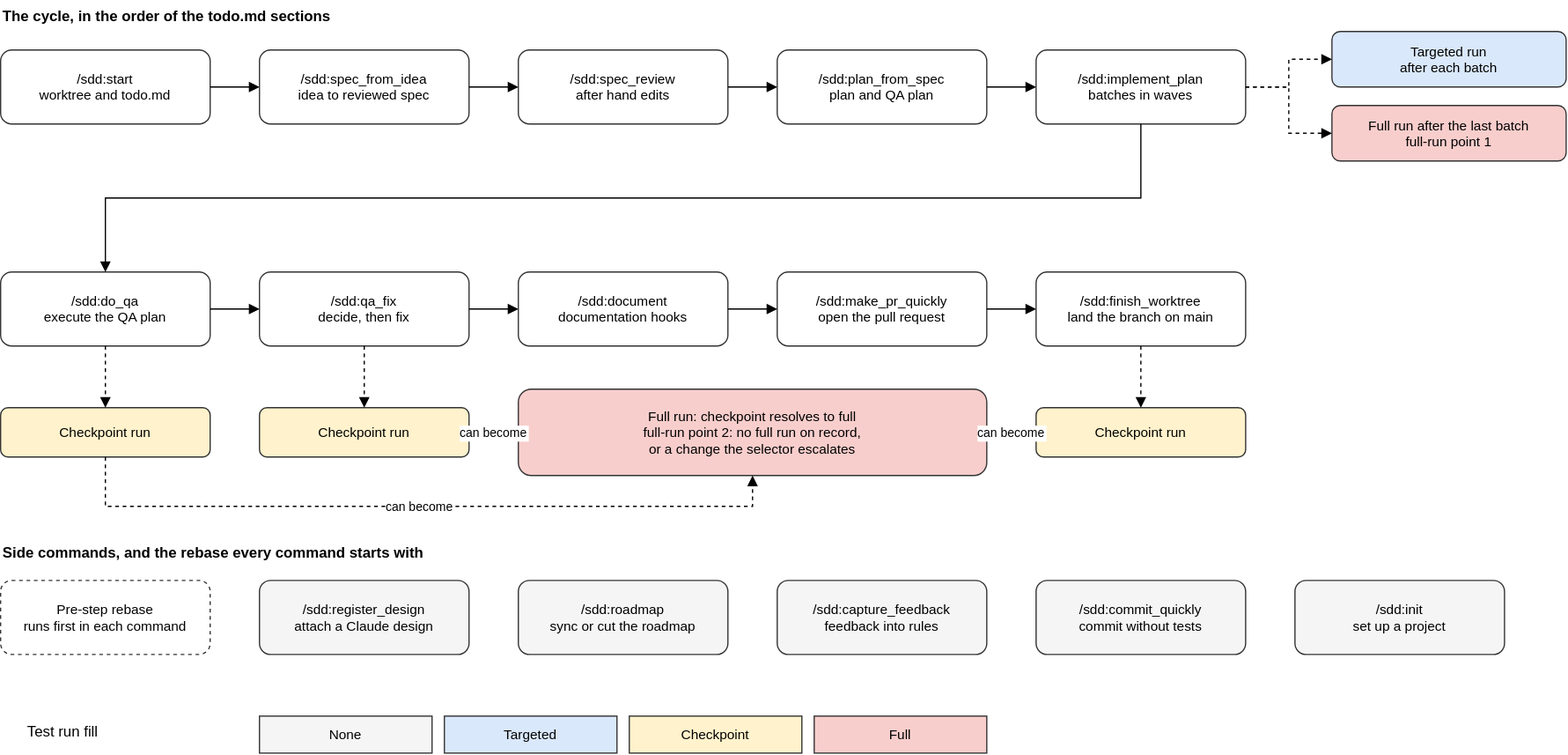
preludetech/Freedom-LS keeps this draw.io diagram as claude_plugins/sdd/docs/diagrams/overview.drawio.svg. Above is the earlier version. Source tidied: cells renumbered, new cells last; positions are measured from the earlier drawing's top-left corner, leaving out a move shared by most shapes.
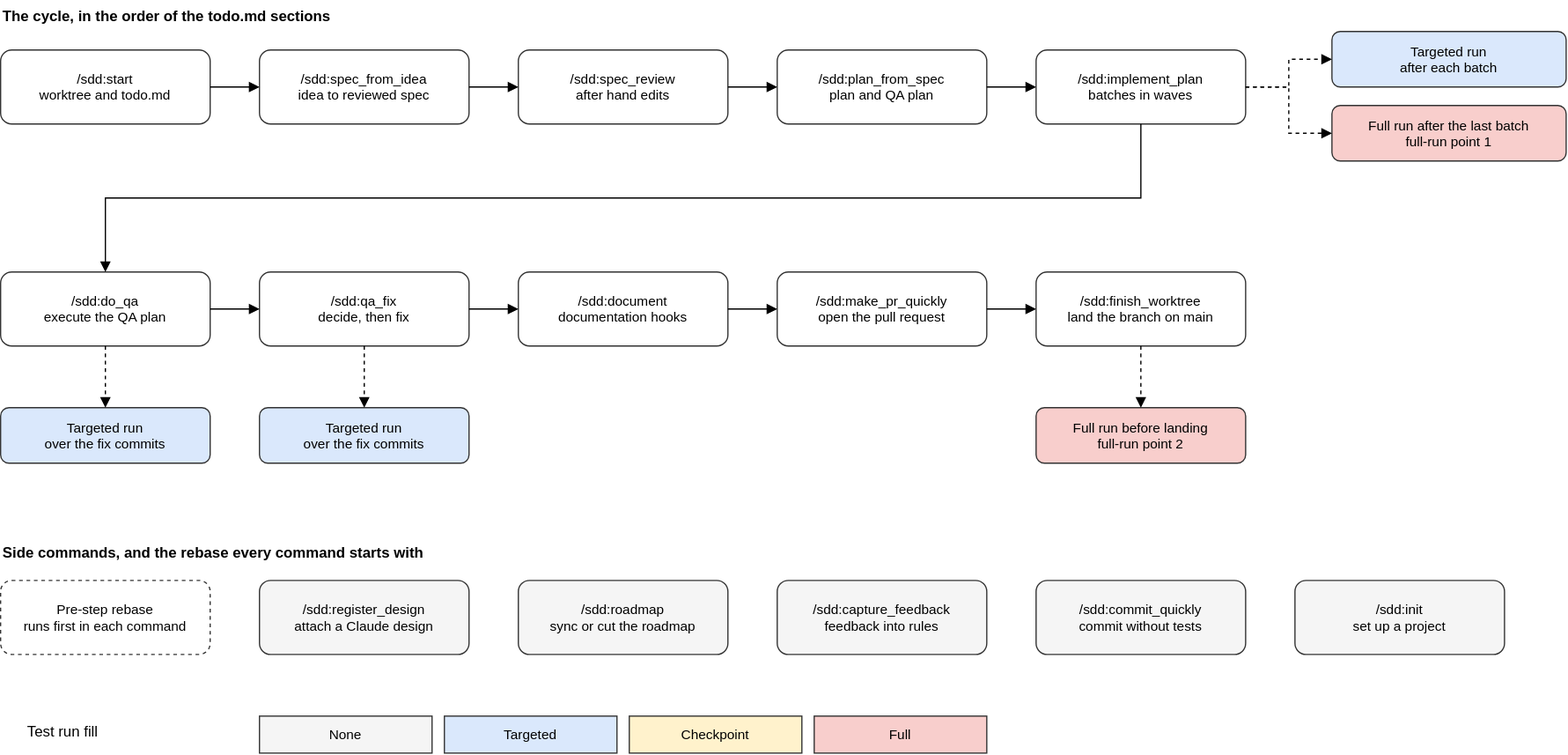
Above is the later version.

The edit, as a diff of the source:
```diff
@@ -79,14 +79,14 @@
     <mxCell id="25" style="edgeStyle=orthogonalEdgeStyle;rounded=0;html=0;endArrow=block;endFill=1;fontSize=10;labelBackgroundColor=#ffffff;dashed=1;exitX=1;exitY=0.5;exitDx=0;exitDy=0;entryX=0;entryY=0.5;entryDx=0;entryDy=0;" parent="1" edge="1" source="7" target="23">
       <mxGeometry relative="1" as="geometry" />
     </mxCell>
-    <mxCell id="26" value="Checkpoint run" style="rounded=1;html=0;fontSize=11;strokeColor=#333333;fillColor=#fff2cc;" parent="1" vertex="1">
-      <mxGeometry y="330" width="170" height="40" as="geometry" />
+    <mxCell id="26" value="Targeted run&#10;over the fix commits" style="rounded=1;html=0;fontSize=11;strokeColor=#333333;fillColor=#dae8fc;" parent="1" vertex="1">
+      <mxGeometry y="330" width="170" height="45" as="geometry" />
     </mxCell>
-    <mxCell id="27" value="Checkpoint run" style="rounded=1;html=0;fontSize=11;strokeColor=#333333;fillColor=#fff2cc;" parent="1" vertex="1">
-      <mxGeometry x="210" y="330" width="170" height="40" as="geometry" />
+    <mxCell id="27" value="Targeted run&#10;over the fix commits" style="rounded=1;html=0;fontSize=11;strokeColor=#333333;fillColor=#dae8fc;" parent="1" vertex="1">
+      <mxGeometry x="210" y="330" width="170" height="45" as="geometry" />
     </mxCell>
-    <mxCell id="28" value="Checkpoint run" style="rounded=1;html=0;fontSize=11;strokeColor=#333333;fillColor=#fff2cc;" parent="1" vertex="1">
-      <mxGeometry x="840" y="330" width="170" height="40" as="geometry" />
+    <mxCell id="28" value="Full run before landing&#10;full-run point 2" style="rounded=1;html=0;fontSize=11;strokeColor=#333333;fillColor=#f8cecc;" parent="1" vertex="1">
+      <mxGeometry x="840" y="330" width="170" height="45" as="geometry" />
     </mxCell>
     <mxCell id="29" style="edgeStyle=orthogonalEdgeStyle;rounded=0;html=0;endArrow=block;endFill=1;fontSize=10;labelBackgroundColor=#ffffff;dashed=1;exitX=0.5;exitY=1;exitDx=0;exitDy=0;entryX=0.5;entryY=0;entryDx=0;entryDy=0;" parent="1" edge="1" source="8" target="26">
       <mxGeometry relative="1" as="geometry" />
@@ -97,23 +97,6 @@
     <mxCell id="31" style="edgeStyle=orthogonalEdgeStyle;rounded=0;html=0;endArrow=block;endFill=1;fontSize=10;labelBackgroundColor=#ffffff;dashed=1;exitX=0.5;exitY=1;exitDx=0;exitDy=0;entryX=0.5;entryY=0;entryDx=0;entryDy=0;" parent="1" edge="1" source="12" target="28">
       <mxGeometry relative="1" as="geometry" />
     </mxCell>
-    <mxCell id="32" value="Full run: checkpoint resolves to full&#10;full-run point 2: no full run on record,&#10;or a change the selector escalates" style="rounded=1;html=0;fontSize=11;strokeColor=#333333;fillColor=#f8cecc;" parent="1" vertex="1">
-      <mxGeometry x="420" y="315" width="380" height="70" as="geometry" />
-    </mxCell>
-    <mxCell id="33" value="can become" style="edgeStyle=orthogonalEdgeStyle;rounded=0;html=0;endArrow=block;endFill=1;fontSize=10;labelBackgroundColor=#ffffff;dashed=1;exitX=1;exitY=0.5;exitDx=0;exitDy=0;entryX=0;entryY=0.5;entryDx=0;entryDy=0;" parent="1" edge="1" source="27" target="32">
-      <mxGeometry relative="1" as="geometry" />
-    </mxCell>
-    <mxCell id="34" value="can become" style="edgeStyle=orthogonalEdgeStyle;rounded=0;html=0;endArrow=block;endFill=1;fontSize=10;labelBackgroundColor=#ffffff;dashed=1;exitX=0;exitY=0.5;exitDx=0;exitDy=0;entryX=1;entryY=0.5;entryDx=0;entryDy=0;" parent="1" edge="1" source="28" target="32">
-      <mxGeometry relative="1" as="geometry" />
-    </mxCell>
-    <mxCell id="35" value="can become" style="edgeStyle=orthogonalEdgeStyle;rounded=0;html=0;endArrow=block;endFill=1;fontSize=10;labelBackgroundColor=#ffffff;dashed=1;exitX=0.5;exitY=1;exitDx=0;exitDy=0;entryX=0.5;entryY=1;entryDx=0;entryDy=0;" parent="1" edge="1" source="26" target="32">
-      <mxGeometry relative="1" as="geometry">
-        <Array as="points">
-          <mxPoint x="85" y="410" />
-          <mxPoint x="610" y="410" />
-        </Array>
-      </mxGeometry>
-    </mxCell>
     <mxCell id="36" value="Side commands, and the rebase every command starts with" style="text;html=0;fontSize=12;align=left;verticalAlign=middle;fontStyle=1;" parent="1" vertex="1">
       <mxGeometry y="435" width="600" height="24" as="geometry" />
     </mxCell>
```
